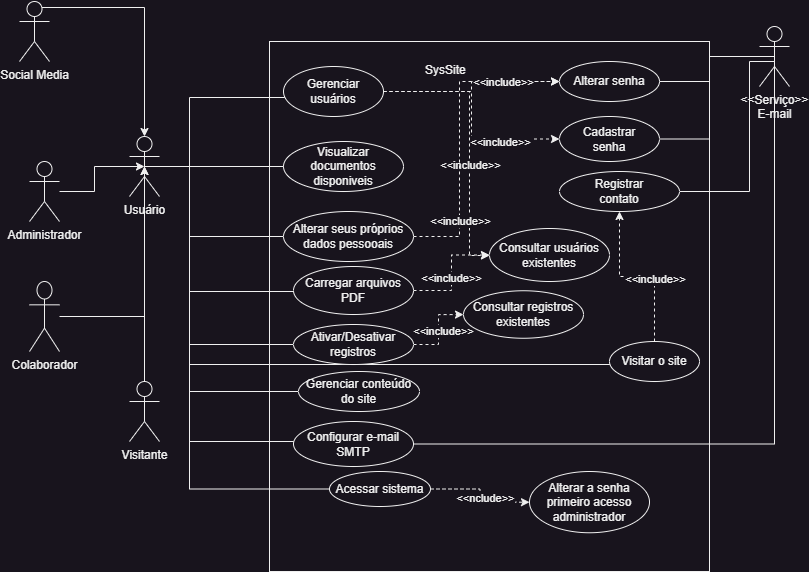
This is Caso_de_Uso.drawio.png from srgeverson/projeto-integrado, a draw.io export, as it was before one commit. Source tidied: cells renumbered, new cells last; positions are measured from the earlier drawing's top-left corner, leaving out a move shared by most shapes.
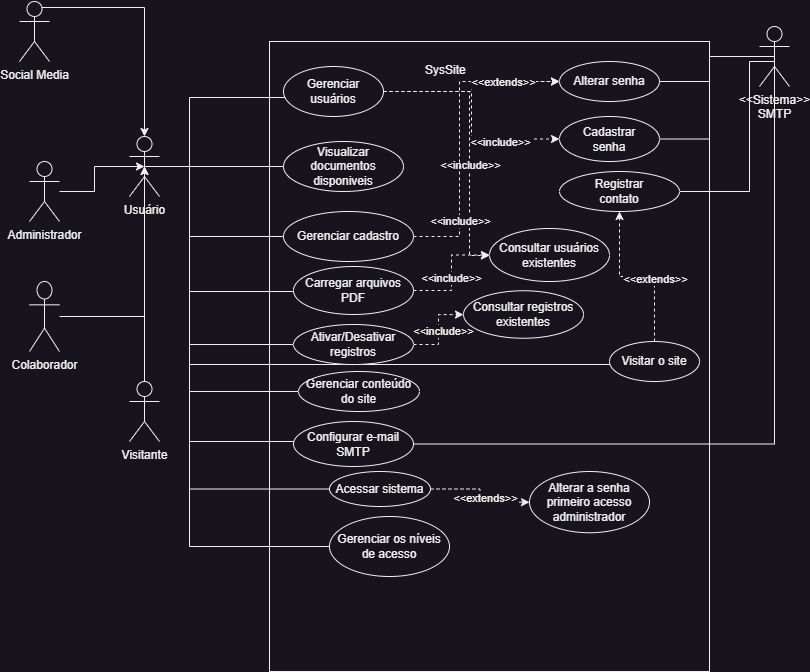
Above is the later version.

Diff of the diagram source:
```diff
@@ -24,7 +24,7 @@
       <mxGeometry width="30" height="60" as="geometry" />
     </mxCell>
     <mxCell id="9" style="rounded=0;whiteSpace=wrap;html=1;" parent="1" vertex="1">
-      <mxGeometry x="250" y="40" width="440" height="530" as="geometry" />
+      <mxGeometry x="250" y="40" width="440" height="630" as="geometry" />
     </mxCell>
     <mxCell id="10" value="SysSite" style="text;strokeColor=none;fillColor=none;spacingLeft=4;spacingRight=4;overflow=hidden;fontSize=12;whiteSpace=wrap;html=1;" parent="1" vertex="1">
       <mxGeometry x="400" y="55" width="60" height="30" as="geometry" />
@@ -88,7 +88,7 @@
         </Array>
       </mxGeometry>
     </mxCell>
-    <mxCell id="24" value="&amp;lt;&amp;lt;Serviço&amp;gt;&amp;gt;&lt;br&gt;E-mail&lt;br&gt;" style="shape=umlActor;verticalLabelPosition=bottom;verticalAlign=top;html=1;outlineConnect=0;" parent="1" vertex="1">
+    <mxCell id="24" value="&amp;lt;&amp;lt;Sistema&amp;gt;&amp;gt;&lt;br&gt;SMTP" style="shape=umlActor;verticalLabelPosition=bottom;verticalAlign=top;html=1;outlineConnect=0;" parent="1" vertex="1">
       <mxGeometry x="740" y="25" width="30" height="60" as="geometry" />
     </mxCell>
     <mxCell id="25" value="Cadastrar &lt;br&gt;senha" style="ellipse;whiteSpace=wrap;html=1;" parent="1" vertex="1">
@@ -110,7 +110,7 @@
         <mxPoint x="3" y="113" as="offset" />
       </mxGeometry>
     </mxCell>
-    <mxCell id="29" value="&amp;lt;&amp;lt;include&amp;gt;&amp;gt;" style="edgeLabel;html=1;align=center;verticalAlign=middle;" parent="27" vertex="1">
+    <mxCell id="29" value="&amp;lt;&amp;lt;extends&amp;gt;&amp;gt;" style="edgeLabel;html=1;align=center;verticalAlign=middle;" parent="27" vertex="1">
       <mxGeometry x="0.62" relative="1" as="geometry" />
     </mxCell>
     <mxCell id="30" style="edgeStyle=orthogonalEdgeStyle;rounded=0;jettySize=auto;html=1;entryX=0.5;entryY=0.5;entryDx=0;entryDy=0;entryPerimeter=0;endArrow=none;endFill=0;" parent="1" edge="1" source="31" target="2">
@@ -121,7 +121,7 @@
         </Array>
       </mxGeometry>
     </mxCell>
-    <mxCell id="31" value="Alterar seus próprios dados pessooais" style="ellipse;whiteSpace=wrap;html=1;" parent="1" vertex="1">
+    <mxCell id="31" value="Gerenciar cadastro" style="ellipse;whiteSpace=wrap;html=1;" parent="1" vertex="1">
       <mxGeometry x="264" y="210" width="130" height="50" as="geometry" />
     </mxCell>
     <mxCell id="32" style="edgeStyle=orthogonalEdgeStyle;rounded=0;jettySize=auto;html=1;entryX=0.5;entryY=0.5;entryDx=0;entryDy=0;entryPerimeter=0;endArrow=none;endFill=0;" parent="1" edge="1" source="34" target="2">
@@ -172,7 +172,7 @@
     <mxCell id="42" style="edgeStyle=orthogonalEdgeStyle;rounded=0;jettySize=auto;html=1;dashed=1;" parent="1" edge="1" source="45" target="26">
       <mxGeometry relative="1" as="geometry" />
     </mxCell>
-    <mxCell id="43" value="&amp;lt;&amp;lt;include&amp;gt;&amp;gt;" style="edgeLabel;html=1;align=center;verticalAlign=middle;" parent="42" vertex="1">
+    <mxCell id="43" value="&amp;lt;&amp;lt;extends&amp;gt;&amp;gt;" style="edgeLabel;html=1;align=center;verticalAlign=middle;" parent="42" vertex="1">
       <mxGeometry x="-0.22" y="2" relative="1" as="geometry" />
     </mxCell>
     <mxCell id="44" style="edgeStyle=orthogonalEdgeStyle;rounded=0;jettySize=auto;html=1;endArrow=none;endFill=0;" parent="1" edge="1" target="2">
@@ -222,7 +222,7 @@
     <mxCell id="53" style="edgeStyle=orthogonalEdgeStyle;rounded=0;jettySize=auto;html=1;dashed=1;" parent="1" edge="1" source="56" target="57">
       <mxGeometry relative="1" as="geometry" />
     </mxCell>
-    <mxCell id="54" value="&amp;lt;&amp;lt;nclude&amp;gt;&amp;gt;" style="edgeLabel;html=1;align=center;verticalAlign=middle;" parent="53" vertex="1">
+    <mxCell id="54" value="&amp;lt;&amp;lt;extends&amp;gt;&amp;gt;" style="edgeLabel;html=1;align=center;verticalAlign=middle;" parent="53" vertex="1">
       <mxGeometry x="0.21" y="4" relative="1" as="geometry" />
     </mxCell>
     <mxCell id="55" style="edgeStyle=orthogonalEdgeStyle;rounded=0;jettySize=auto;html=1;endArrow=none;endFill=0;" parent="1" edge="1" source="56" target="2">
@@ -239,5 +239,16 @@
     <mxCell id="57" value="Alterar a senha primeiro acesso administrador" style="ellipse;whiteSpace=wrap;html=1;" parent="1" vertex="1">
       <mxGeometry x="510" y="470" width="120" height="61.2" as="geometry" />
     </mxCell>
+    <mxCell id="58" value="Gerenciar os níveis de acesso" style="ellipse;whiteSpace=wrap;html=1;" parent="1" vertex="1">
+      <mxGeometry x="310" y="515" width="120" height="60" as="geometry" />
+    </mxCell>
+    <mxCell id="59" style="endArrow=none;html=1;rounded=0;entryX=0.5;entryY=0.5;entryDx=0;entryDy=0;entryPerimeter=0;exitX=0;exitY=0.5;exitDx=0;exitDy=0;" parent="1" edge="1" source="58" target="2">
+      <mxGeometry relative="1" as="geometry">
+        <Array as="points">
+          <mxPoint x="170" y="545" />
+          <mxPoint x="170" y="165" />
+        </Array>
+      </mxGeometry>
+    </mxCell>
   </root>
 </mxGraphModel>
```
